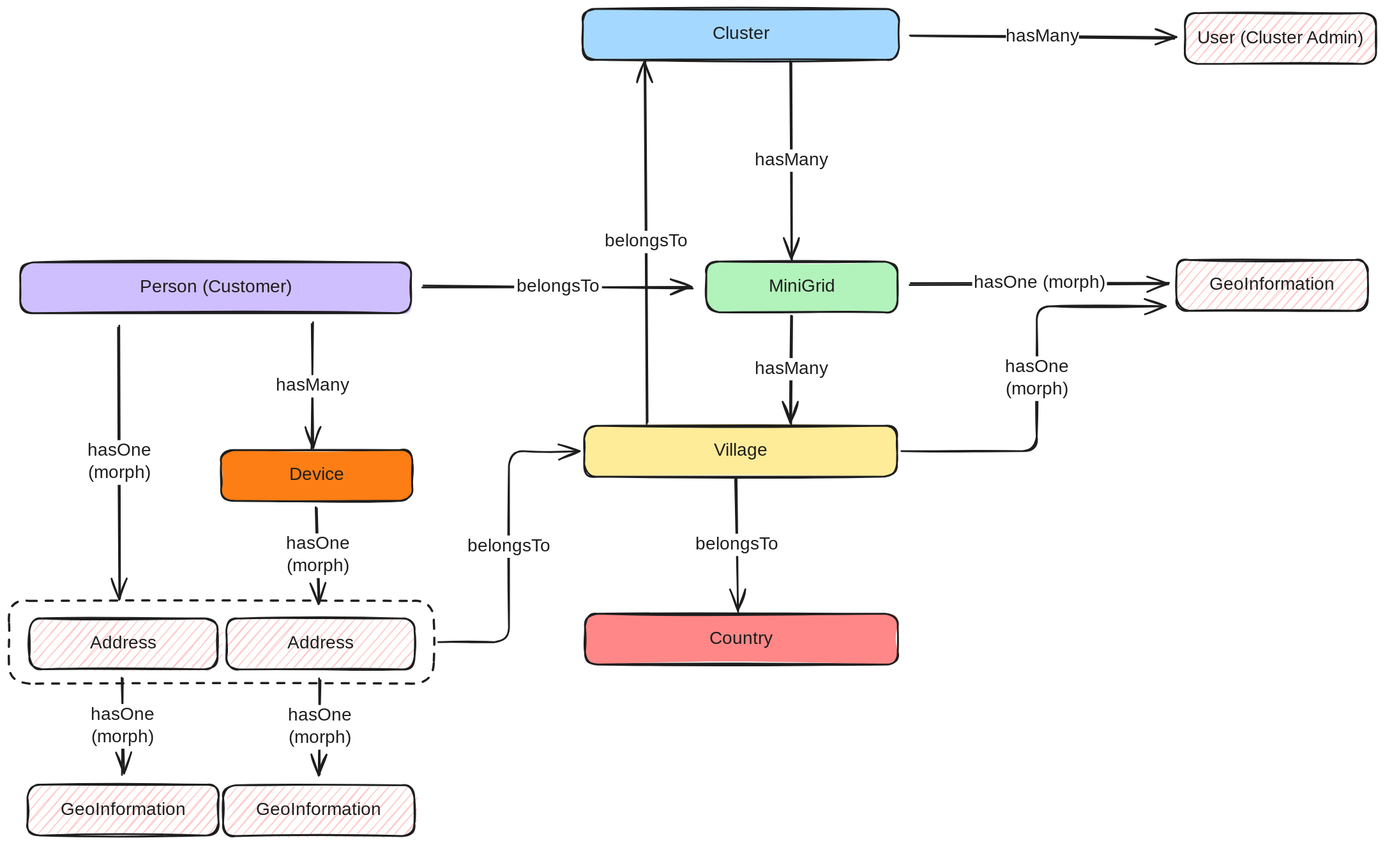
Above: docs/development/images/cluster_minigrid_village.excalidraw.svg in EnAccess/micropowermanager (Excalidraw), before the change. Source tidied: one line per element, renumbered; positions are measured from the earlier drawing's top-left corner, leaving out a move shared by most shapes.
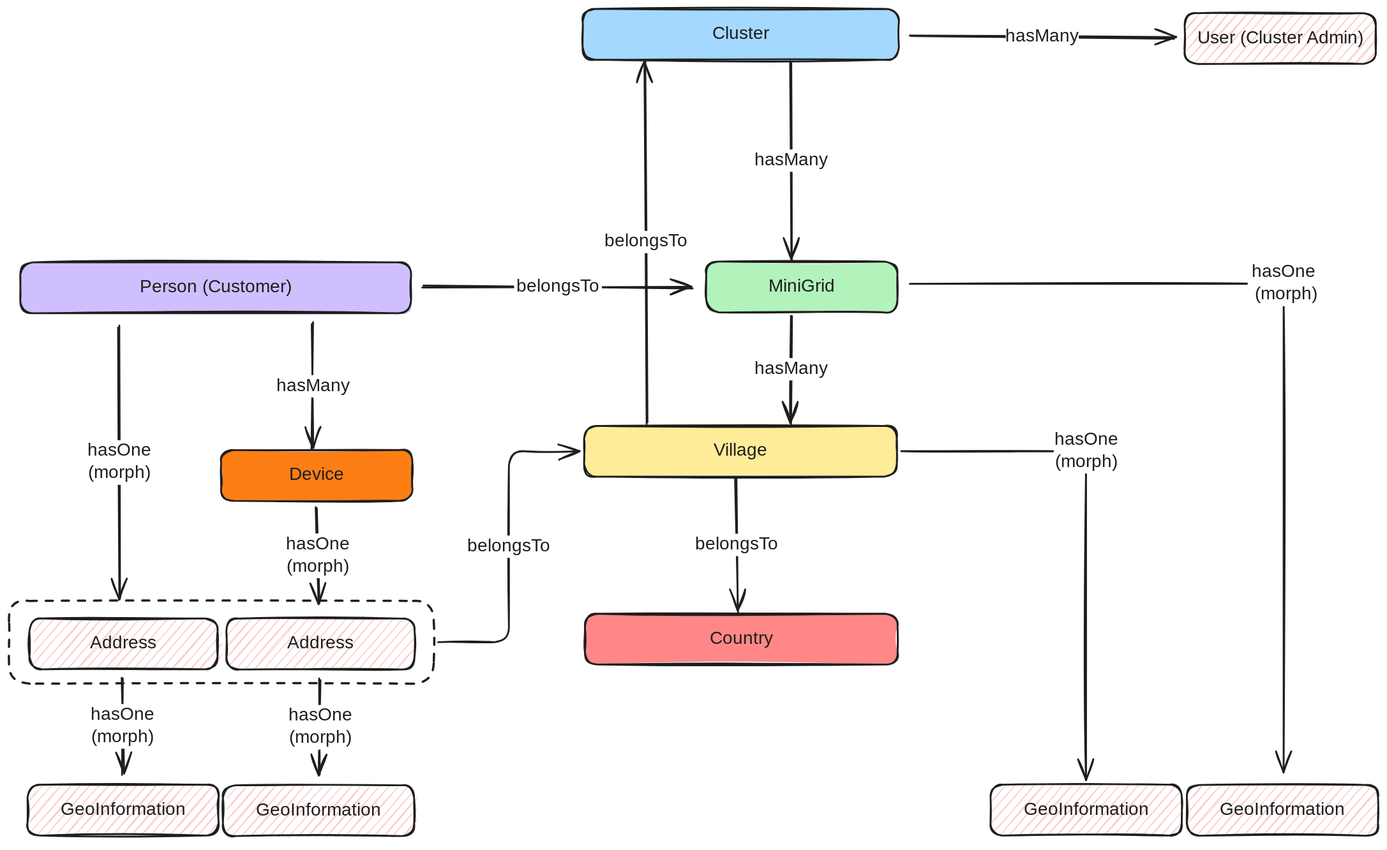
After the change.

Commit message:
Better align `GeoInformation`

Diff of the diagram source:
```diff
@@ -6,14 +6,12 @@
 {"id": 5, "type": "text", "text": "Village", "strokeColor": "#1e1e1e", "strokeWidth": 2, "roughness": 1, "fontSize": 20, "fontFamily": 5, "textAlign": "center", "verticalAlign": "middle", "inside": 4, "x": 789, "y": 483, "width": 59, "height": 25}
 {"id": 6, "type": "arrow", "strokeColor": "#1e1e1e", "strokeWidth": 2, "roughness": 1, "endArrowhead": "arrow", "round": true, "from": 0, "to": 2, "x": 875, "y": 58, "width": 0, "height": 223, "points": [[0, 0], [0, 223]]}
 {"id": 7, "type": "text", "text": "hasMany", "strokeColor": "#1e1e1e", "strokeWidth": 2, "roughness": 1, "fontSize": 20, "fontFamily": 5, "textAlign": "center", "verticalAlign": "middle", "inside": 6, "x": 849, "y": 207, "width": 82, "height": 25}
-{"id": 8, "type": "rectangle", "strokeColor": "#1e1e1e", "backgroundColor": "#ffc9c9", "fillStyle": "hachure", "strokeWidth": 2, "roughness": 1, "round": true, "x": 1306, "y": 281, "width": 214, "height": 57}
-{"id": 9, "type": "text", "text": "GeoInformation", "strokeColor": "#1e1e1e", "strokeWidth": 2, "roughness": 1, "fontSize": 20, "fontFamily": 5, "textAlign": "center", "verticalAlign": "middle", "inside": 8, "x": 1337, "y": 297, "width": 153, "height": 25}
 {"id": 10, "type": "rectangle", "strokeColor": "#1e1e1e", "backgroundColor": "#ffc9c9", "fillStyle": "hachure", "strokeWidth": 2, "roughness": 1, "round": true, "x": 1316, "y": 5, "width": 214, "height": 57}
 {"id": 11, "type": "text", "text": "User (Cluster Admin)", "strokeColor": "#1e1e1e", "strokeWidth": 2, "roughness": 1, "fontSize": 20, "fontFamily": 5, "textAlign": "center", "verticalAlign": "middle", "inside": 10, "x": 1323, "y": 21, "width": 200, "height": 25}
 {"id": 12, "type": "arrow", "strokeColor": "#1e1e1e", "backgroundColor": "#ffc9c9", "fillStyle": "hachure", "strokeWidth": 2, "roughness": 1, "endArrowhead": "arrow", "round": true, "from": 0, "to": 10, "x": 1008, "y": 30, "width": 296, "height": 3, "points": [[0, 0], [296, 3]]}
 {"id": 13, "type": "text", "text": "hasMany", "strokeColor": "#1e1e1e", "strokeWidth": 2, "roughness": 1, "fontSize": 20, "fontFamily": 5, "textAlign": "center", "verticalAlign": "middle", "inside": 12, "x": 1105, "y": 113, "width": 82, "height": 25}
-{"id": 14, "type": "arrow", "strokeColor": "#1e1e1e", "backgroundColor": "#ffc9c9", "fillStyle": "hachure", "strokeWidth": 2, "roughness": 1, "endArrowhead": "arrow", "round": true, "from": 2, "to": 8, "x": 1008, "y": 308, "width": 290, "height": 1, "points": [[0, 0], [290, -1]]}
+{"id": 14, "type": "arrow", "strokeColor": "#1e1e1e", "backgroundColor": "#ffc9c9", "fillStyle": "hachure", "strokeWidth": 2, "roughness": 1, "endArrowhead": "arrow", "from": 2, "to": 55, "x": 1008, "y": 308, "width": 418, "height": 547, "points": [[0, 0], [418, 0], [418, 547]]}
-{"id": 15, "type": "text", "text": "hasOne (morph)", "strokeColor": "#1e1e1e", "strokeWidth": 2, "roughness": 1, "fontSize": 20, "fontFamily": 5, "textAlign": "center", "verticalAlign": "middle", "inside": 14, "x": 1078, "y": 295, "width": 151, "height": 25}
+{"id": 15, "type": "text", "text": "hasOne\n (morph)", "strokeColor": "#1e1e1e", "strokeWidth": 2, "roughness": 1, "fontSize": 20, "fontFamily": 5, "textAlign": "center", "verticalAlign": "middle", "inside": 14, "x": 1386, "y": 283, "width": 80, "height": 50}
 {"id": 16, "type": "arrow", "strokeColor": "#1e1e1e", "strokeWidth": 2, "roughness": 1, "endArrowhead": "arrow", "round": true, "from": 4, "to": 0, "x": 714, "y": 464, "width": 1, "height": 405, "points": [[0, 0], [-1, -405]]}
 {"id": 17, "type": "text", "text": "belongsTo", "strokeColor": "#1e1e1e", "strokeWidth": 2, "roughness": 1, "fontSize": 20, "fontFamily": 5, "textAlign": "center", "verticalAlign": "middle", "inside": 16, "x": 659, "y": 249, "width": 98, "height": 25}
 {"id": 18, "type": "rectangle", "strokeColor": "#1e1e1e", "backgroundColor": "#ff8787", "fillStyle": "solid", "strokeWidth": 2, "roughness": 1, "round": true, "x": 644, "y": 677, "width": 350, "height": 57}
@@ -28,7 +26,7 @@
 {"id": 27, "type": "text", "text": "hasMany", "strokeColor": "#1e1e1e", "strokeWidth": 2, "roughness": 1, "fontSize": 20, "fontFamily": 5, "textAlign": "center", "verticalAlign": "middle", "inside": 26, "x": 303, "y": 404, "width": 82, "height": 25}
 {"id": 28, "type": "arrow", "strokeColor": "#1e1e1e", "strokeWidth": 2, "roughness": 1, "endArrowhead": "arrow", "round": true, "from": 22, "to": 2, "x": 463, "y": 310, "width": 302, "height": 2, "points": [[0, 0], [302, 2]]}
 {"id": 29, "type": "text", "text": "belongsTo", "strokeColor": "#1e1e1e", "strokeWidth": 2, "roughness": 1, "fontSize": 20, "fontFamily": 5, "textAlign": "center", "verticalAlign": "middle", "inside": 28, "x": 563, "y": 319, "width": 98, "height": 25}
-{"id": 30, "type": "rectangle", "strokeColor": "#1e1e1e", "backgroundColor": "#ffc9c9", "fillStyle": "hachure", "strokeWidth": 2, "roughness": 1, "round": true, "x": 240, "y": 869, "width": 214, "height": 57}
+{"id": 30, "type": "rectangle", "strokeColor": "#1e1e1e", "backgroundColor": "#ffc9c9", "fillStyle": "hachure", "strokeWidth": 2, "roughness": 1, "round": true, "x": 239, "y": 869, "width": 214, "height": 57}
 {"id": 31, "type": "text", "text": "GeoInformation", "strokeColor": "#1e1e1e", "strokeWidth": 2, "roughness": 1, "fontSize": 20, "fontFamily": 5, "textAlign": "center", "verticalAlign": "middle", "inside": 30, "x": 270, "y": 885, "width": 153, "height": 25}
 {"id": 32, "type": "rectangle", "strokeColor": "#1e1e1e", "backgroundColor": "#ffc9c9", "fillStyle": "hachure", "strokeWidth": 2, "roughness": 1, "round": true, "x": 243, "y": 682, "width": 211, "height": 57}
 {"id": 33, "type": "text", "text": "Address", "strokeColor": "#1e1e1e", "strokeWidth": 2, "roughness": 1, "fontSize": 20, "fontFamily": 5, "textAlign": "center", "verticalAlign": "middle", "inside": 32, "x": 309, "y": 698, "width": 78, "height": 25}
@@ -38,7 +36,7 @@
 {"id": 37, "type": "text", "text": "hasOne\n(morph)", "strokeColor": "#1e1e1e", "strokeWidth": 2, "roughness": 1, "fontSize": 20, "fontFamily": 5, "textAlign": "center", "verticalAlign": "middle", "inside": 36, "x": 310, "y": 592, "width": 72, "height": 50}
 {"id": 38, "type": "arrow", "strokeColor": "#1e1e1e", "strokeWidth": 2, "roughness": 1, "endArrowhead": "arrow", "round": true, "x": 348, "y": 750, "width": 0, "height": 107, "points": [[0, 0], [0, 107]]}
 {"id": 39, "type": "text", "text": "hasOne\n(morph)", "strokeColor": "#1e1e1e", "strokeWidth": 2, "roughness": 1, "fontSize": 20, "fontFamily": 5, "textAlign": "center", "verticalAlign": "middle", "inside": 38, "x": 312, "y": 779, "width": 72, "height": 50}
-{"id": 40, "type": "arrow", "strokeColor": "#1e1e1e", "backgroundColor": "#fd7e14", "fillStyle": "solid", "strokeWidth": 2, "roughness": 1, "endArrowhead": "arrow", "from": 4, "to": 8, "x": 998, "y": 495, "width": 296, "height": 162, "points": [[0, 0], [151, 0], [151, -162], [296, -162]]}
+{"id": 40, "type": "arrow", "strokeColor": "#1e1e1e", "backgroundColor": "#fd7e14", "fillStyle": "solid", "strokeWidth": 2, "roughness": 1, "endArrowhead": "arrow", "from": 4, "x": 998, "y": 495, "width": 207, "height": 368, "points": [[0, 0], [207, 0], [207, 368]]}
 {"id": 41, "type": "text", "text": "hasOne\n(morph)", "strokeColor": "#1e1e1e", "backgroundColor": "#fd7e14", "fillStyle": "solid", "strokeWidth": 2, "roughness": 1, "fontSize": 20, "fontFamily": 5, "textAlign": "center", "verticalAlign": "middle", "inside": 40, "x": 1114, "y": 389, "width": 72, "height": 50}
 {"id": 42, "type": "rectangle", "strokeColor": "#1e1e1e", "backgroundColor": "#ffc9c9", "fillStyle": "hachure", "strokeWidth": 2, "roughness": 1, "round": true, "x": 23, "y": 682, "width": 211, "height": 57}
 {"id": 43, "type": "text", "text": "Address", "strokeColor": "#1e1e1e", "strokeWidth": 2, "roughness": 1, "fontSize": 20, "fontFamily": 5, "textAlign": "center", "verticalAlign": "middle", "inside": 42, "x": 89, "y": 698, "width": 78, "height": 25}
@@ -51,3 +49,7 @@
 {"id": 50, "type": "rectangle", "strokeColor": "#1e1e1e", "strokeWidth": 2, "strokeStyle": "dashed", "roughness": 1, "round": true, "x": 0, "y": 663, "width": 475, "height": 93}
 {"id": 51, "type": "arrow", "strokeColor": "#1e1e1e", "strokeWidth": 2, "roughness": 1, "endArrowhead": "arrow", "from": 50, "to": 4, "x": 480, "y": 709, "width": 158, "height": 214, "points": [[0, 0], [79, 0], [79, -214], [158, -214]]}
 {"id": 52, "type": "text", "text": "belongsTo", "strokeColor": "#1e1e1e", "strokeWidth": 2, "roughness": 1, "fontSize": 20, "fontFamily": 5, "textAlign": "center", "verticalAlign": "middle", "inside": 51, "x": 510, "y": 589, "width": 98, "height": 25}
+{"id": 53, "type": "rectangle", "strokeColor": "#1e1e1e", "backgroundColor": "#ffc9c9", "fillStyle": "hachure", "strokeWidth": 2, "roughness": 1, "round": true, "x": 1098, "y": 868, "width": 214, "height": 57}
+{"id": 54, "type": "text", "text": "GeoInformation", "strokeColor": "#1e1e1e", "strokeWidth": 2, "roughness": 1, "fontSize": 20, "fontFamily": 5, "textAlign": "center", "verticalAlign": "middle", "inside": 53, "x": 1129, "y": 884, "width": 153, "height": 25}
+{"id": 55, "type": "rectangle", "strokeColor": "#1e1e1e", "backgroundColor": "#ffc9c9", "fillStyle": "hachure", "strokeWidth": 2, "roughness": 1, "round": true, "x": 1318, "y": 869, "width": 214, "height": 57}
+{"id": 56, "type": "text", "text": "GeoInformation", "strokeColor": "#1e1e1e", "strokeWidth": 2, "roughness": 1, "fontSize": 20, "fontFamily": 5, "textAlign": "center", "verticalAlign": "middle", "inside": 55, "x": 1348, "y": 884, "width": 153, "height": 25}
```
